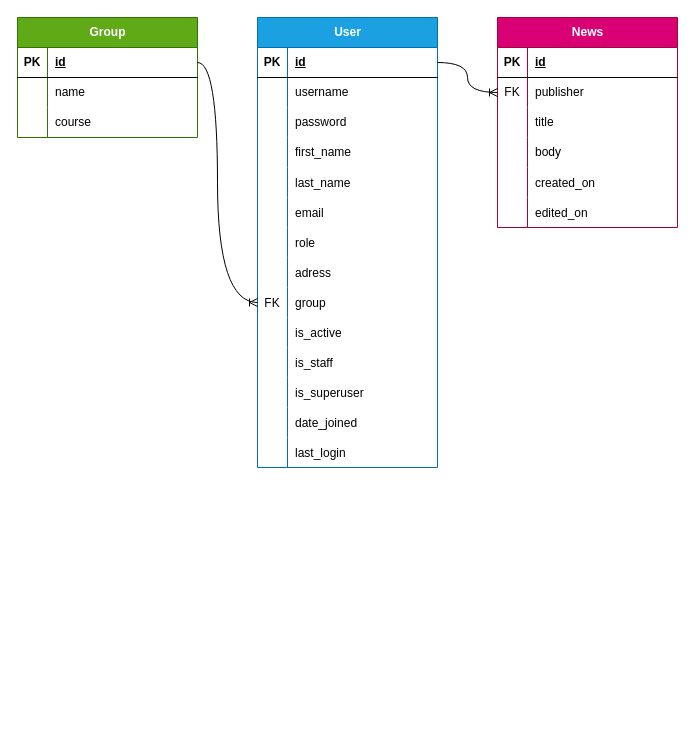
on3ginnn/almetMedCollege keeps this draw.io diagram as ER.drawio. Above is the earlier version. Source tidied: cells renumbered, new cells numbered last; positions are measured from the earlier drawing's top-left corner, leaving out a move shared by most shapes. Both pictures are drawn from the tidied source at 100%, with x=0, y=0 at pixel (17, 17).
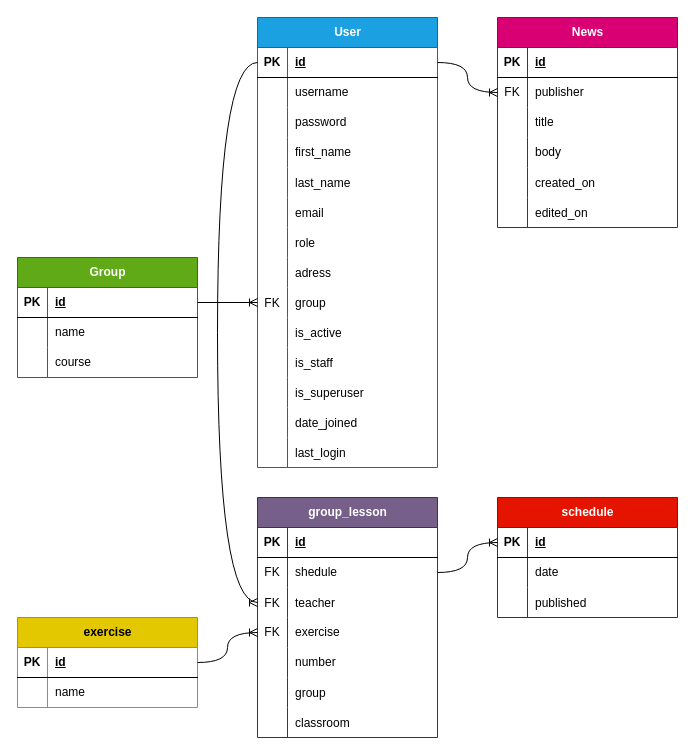
Above is the later version.

The change refers to these unchanged cells:
```xml
<mxCell id="3" style="shape=tableRow;horizontal=0;startSize=0;swimlaneHead=0;swimlaneBody=0;fillColor=none;points=[[0,0.5],[1,0.5]];portConstraint=eastwest;top=0;left=0;right=0;bottom=1;" parent="2" vertex="1">
  <mxGeometry y="30" width="180" height="30" as="geometry" />
</mxCell>
<mxCell id="27" style="shape=tableRow;horizontal=0;startSize=0;swimlaneHead=0;swimlaneBody=0;fillColor=none;points=[[0,0.5],[1,0.5]];portConstraint=eastwest;top=0;left=0;right=0;bottom=0;" parent="2" vertex="1">
  <mxGeometry y="270" width="180" height="30" as="geometry" />
</mxCell>
<mxCell id="46" style="shape=tableRow;horizontal=0;startSize=0;swimlaneHead=0;swimlaneBody=0;fillColor=none;points=[[0,0.5],[1,0.5]];portConstraint=eastwest;top=0;left=0;right=0;bottom=1;" parent="45" vertex="1">
  <mxGeometry y="30" width="180" height="30" as="geometry" />
</mxCell>
```

The edit, as a diff of the source:
```diff
@@
     <mxCell id="45" value="Group" style="shape=table;startSize=30;childLayout=tableLayout;rowLines=0;fontStyle=1;align=center;html=1;fillColor=#60a917;fontColor=#ffffff;strokeColor=#2D7600;" parent="1" vertex="1">
-      <mxGeometry width="180" height="120" as="geometry" />
+      <mxGeometry y="240" width="180" height="120" as="geometry" />
     </mxCell>
@@
     <mxCell id="55" style="edgeStyle=orthogonalEdgeStyle;fontSize=12;html=1;endArrow=ERoneToMany;rounded=0;exitX=1;exitY=0.5;exitDx=0;exitDy=0;entryX=0;entryY=0.5;entryDx=0;entryDy=0;curved=1;" parent="1" edge="1" source="46" target="27">
       <mxGeometry relative="1" as="geometry">
         <Array as="points">
-          <mxPoint x="200" y="45" />
-          <mxPoint x="200" y="285" />
+          <mxPoint x="210" y="285" />
+          <mxPoint x="210" y="285" />
         </Array>
       </mxGeometry>
     </mxCell>
@@
+    <mxCell id="76" value="exercise" style="shape=table;startSize=30;childLayout=tableLayout;rowLines=0;fontStyle=1;align=center;html=1;fillColor=#e3c800;fontColor=#000000;strokeColor=#B09500;" parent="1" vertex="1">
+      <mxGeometry y="600" width="180" height="90" as="geometry" />
+    </mxCell>
+    <mxCell id="77" style="shape=tableRow;horizontal=0;startSize=0;swimlaneHead=0;swimlaneBody=0;fillColor=none;points=[[0,0.5],[1,0.5]];portConstraint=eastwest;top=0;left=0;right=0;bottom=1;" parent="76" vertex="1">
+      <mxGeometry y="30" width="180" height="30" as="geometry" />
+    </mxCell>
+    <mxCell id="78" value="PK" style="shape=partialRectangle;fillColor=none;top=0;left=0;bottom=0;right=0;fontStyle=1;overflow=hidden;whiteSpace=wrap;html=1;" parent="77" vertex="1">
+      <mxGeometry width="30" height="30" as="geometry" />
+    </mxCell>
+    <mxCell id="79" value="id" style="shape=partialRectangle;fillColor=none;top=0;left=0;bottom=0;right=0;align=left;spacingLeft=6;fontStyle=5;overflow=hidden;whiteSpace=wrap;html=1;" parent="77" vertex="1">
+      <mxGeometry x="30" width="150" height="30" as="geometry" />
+    </mxCell>
+    <mxCell id="80" style="shape=tableRow;horizontal=0;startSize=0;swimlaneHead=0;swimlaneBody=0;fillColor=none;top=0;left=0;right=0;bottom=0;" parent="76" vertex="1">
+      <mxGeometry y="60" width="180" height="30" as="geometry" />
+    </mxCell>
+    <mxCell id="81" style="shape=partialRectangle;fillColor=none;top=0;left=0;bottom=0;right=0;overflow=hidden;whiteSpace=wrap;html=1;" parent="80" vertex="1">
+      <mxGeometry width="30" height="30" as="geometry" />
+    </mxCell>
+    <mxCell id="82" value="name" style="shape=partialRectangle;fillColor=none;top=0;left=0;bottom=0;right=0;align=left;spacingLeft=6;overflow=hidden;whiteSpace=wrap;html=1;" parent="80" vertex="1">
+      <mxGeometry x="30" width="150" height="30" as="geometry" />
+    </mxCell>
+    <mxCell id="83" value="schedule" style="shape=table;startSize=30;childLayout=tableLayout;rowLines=0;fontStyle=1;align=center;html=1;fillColor=#e51400;fontColor=#ffffff;strokeColor=#B20000;" parent="1" vertex="1">
+      <mxGeometry x="480" y="480" width="180" height="120" as="geometry" />
+    </mxCell>
+    <mxCell id="84" style="shape=tableRow;horizontal=0;startSize=0;swimlaneHead=0;swimlaneBody=0;fillColor=none;points=[[0,0.5],[1,0.5]];portConstraint=eastwest;top=0;left=0;right=0;bottom=1;" parent="83" vertex="1">
+      <mxGeometry y="30" width="180" height="30" as="geometry" />
+    </mxCell>
+    <mxCell id="85" value="PK" style="shape=partialRectangle;fillColor=none;top=0;left=0;bottom=0;right=0;fontStyle=1;overflow=hidden;whiteSpace=wrap;html=1;" parent="84" vertex="1">
+      <mxGeometry width="30" height="30" as="geometry" />
+    </mxCell>
+    <mxCell id="86" value="id" style="shape=partialRectangle;fillColor=none;top=0;left=0;bottom=0;right=0;align=left;spacingLeft=6;fontStyle=5;overflow=hidden;whiteSpace=wrap;html=1;" parent="84" vertex="1">
+      <mxGeometry x="30" width="150" height="30" as="geometry" />
+    </mxCell>
+    <mxCell id="87" style="shape=tableRow;horizontal=0;startSize=0;swimlaneHead=0;swimlaneBody=0;fillColor=none;top=0;left=0;right=0;bottom=0;" parent="83" vertex="1">
+      <mxGeometry y="60" width="180" height="30" as="geometry" />
+    </mxCell>
+    <mxCell id="88" style="shape=partialRectangle;fillColor=none;top=0;left=0;bottom=0;right=0;overflow=hidden;whiteSpace=wrap;html=1;" parent="87" vertex="1">
+      <mxGeometry width="30" height="30" as="geometry" />
+    </mxCell>
+    <mxCell id="89" value="date" style="shape=partialRectangle;fillColor=none;top=0;left=0;bottom=0;right=0;align=left;spacingLeft=6;overflow=hidden;whiteSpace=wrap;html=1;" parent="87" vertex="1">
+      <mxGeometry x="30" width="150" height="30" as="geometry" />
+    </mxCell>
+    <mxCell id="90" style="shape=tableRow;horizontal=0;startSize=0;swimlaneHead=0;swimlaneBody=0;fillColor=none;top=0;left=0;right=0;bottom=0;" parent="83" vertex="1">
+      <mxGeometry y="90" width="180" height="30" as="geometry" />
+    </mxCell>
+    <mxCell id="91" style="shape=partialRectangle;fillColor=none;top=0;left=0;bottom=0;right=0;overflow=hidden;" parent="90" vertex="1">
+      <mxGeometry width="30" height="30" as="geometry" />
+    </mxCell>
+    <mxCell id="92" value="published" style="shape=partialRectangle;fillColor=none;top=0;left=0;bottom=0;right=0;align=left;spacingLeft=6;overflow=hidden;" parent="90" vertex="1">
+      <mxGeometry x="30" width="150" height="30" as="geometry" />
+    </mxCell>
+    <mxCell id="93" value="group_lesson" style="shape=table;startSize=30;childLayout=tableLayout;rowLines=0;fontStyle=1;align=center;html=1;fillColor=#76608a;fontColor=#ffffff;strokeColor=#432D57;" parent="1" vertex="1">
+      <mxGeometry x="240" y="480" width="180" height="240" as="geometry" />
+    </mxCell>
+    <mxCell id="94" style="shape=tableRow;horizontal=0;startSize=0;swimlaneHead=0;swimlaneBody=0;fillColor=none;top=0;left=0;right=0;bottom=1;" parent="93" vertex="1">
+      <mxGeometry y="30" width="180" height="30" as="geometry" />
+    </mxCell>
+    <mxCell id="95" value="PK" style="shape=partialRectangle;fillColor=none;top=0;left=0;bottom=0;right=0;fontStyle=1;overflow=hidden;whiteSpace=wrap;html=1;" parent="94" vertex="1">
+      <mxGeometry width="30" height="30" as="geometry" />
+    </mxCell>
+    <mxCell id="96" value="id" style="shape=partialRectangle;fillColor=none;top=0;left=0;bottom=0;right=0;align=left;spacingLeft=6;fontStyle=5;overflow=hidden;whiteSpace=wrap;html=1;" parent="94" vertex="1">
+      <mxGeometry x="30" width="150" height="30" as="geometry" />
+    </mxCell>
+    <mxCell id="97" style="shape=tableRow;horizontal=0;startSize=0;swimlaneHead=0;swimlaneBody=0;fillColor=none;points=[[0,0.5],[1,0.5]];portConstraint=eastwest;top=0;left=0;right=0;bottom=0;" parent="93" vertex="1">
+      <mxGeometry y="60" width="180" height="30" as="geometry" />
+    </mxCell>
+    <mxCell id="98" value="FK" style="shape=partialRectangle;fillColor=none;top=0;left=0;bottom=0;right=0;overflow=hidden;whiteSpace=wrap;html=1;" parent="97" vertex="1">
+      <mxGeometry width="30" height="30" as="geometry" />
+    </mxCell>
+    <mxCell id="99" value="shedule" style="shape=partialRectangle;fillColor=none;top=0;left=0;bottom=0;right=0;align=left;spacingLeft=6;overflow=hidden;whiteSpace=wrap;html=1;" parent="97" vertex="1">
+      <mxGeometry x="30" width="150" height="30" as="geometry" />
+    </mxCell>
+    <mxCell id="100" style="shape=tableRow;horizontal=0;startSize=0;swimlaneHead=0;swimlaneBody=0;fillColor=none;points=[[0,0.5],[1,0.5]];portConstraint=eastwest;top=0;left=0;right=0;bottom=0;" parent="93" vertex="1">
+      <mxGeometry y="90" width="180" height="30" as="geometry" />
+    </mxCell>
+    <mxCell id="101" value="FK" style="shape=partialRectangle;fillColor=none;top=0;left=0;bottom=0;right=0;overflow=hidden;" parent="100" vertex="1">
+      <mxGeometry width="30" height="30" as="geometry" />
+    </mxCell>
+    <mxCell id="102" value="teacher" style="shape=partialRectangle;fillColor=none;top=0;left=0;bottom=0;right=0;align=left;spacingLeft=6;overflow=hidden;" parent="100" vertex="1">
+      <mxGeometry x="30" width="150" height="30" as="geometry" />
+    </mxCell>
+    <mxCell id="103" style="shape=tableRow;horizontal=0;startSize=0;swimlaneHead=0;swimlaneBody=0;fillColor=none;points=[[0,0.5],[1,0.5]];portConstraint=eastwest;top=0;left=0;right=0;bottom=0;" parent="93" vertex="1">
+      <mxGeometry y="120" width="180" height="30" as="geometry" />
+    </mxCell>
+    <mxCell id="104" value="FK" style="shape=partialRectangle;fillColor=none;top=0;left=0;bottom=0;right=0;overflow=hidden;whiteSpace=wrap;html=1;" parent="103" vertex="1">
+      <mxGeometry width="30" height="30" as="geometry" />
+    </mxCell>
+    <mxCell id="105" value="exercise" style="shape=partialRectangle;fillColor=none;top=0;left=0;bottom=0;right=0;align=left;spacingLeft=6;overflow=hidden;whiteSpace=wrap;html=1;" parent="103" vertex="1">
+      <mxGeometry x="30" width="150" height="30" as="geometry" />
+    </mxCell>
+    <mxCell id="106" style="shape=tableRow;horizontal=0;startSize=0;swimlaneHead=0;swimlaneBody=0;fillColor=none;top=0;left=0;right=0;bottom=0;" parent="93" vertex="1">
+      <mxGeometry y="150" width="180" height="30" as="geometry" />
+    </mxCell>
+    <mxCell id="107" style="shape=partialRectangle;fillColor=none;top=0;left=0;bottom=0;right=0;overflow=hidden;whiteSpace=wrap;html=1;" parent="106" vertex="1">
+      <mxGeometry width="30" height="30" as="geometry" />
+    </mxCell>
+    <mxCell id="108" value="number" style="shape=partialRectangle;fillColor=none;top=0;left=0;bottom=0;right=0;align=left;spacingLeft=6;overflow=hidden;whiteSpace=wrap;html=1;" parent="106" vertex="1">
+      <mxGeometry x="30" width="150" height="30" as="geometry" />
+    </mxCell>
+    <mxCell id="109" style="shape=tableRow;horizontal=0;startSize=0;swimlaneHead=0;swimlaneBody=0;fillColor=none;top=0;left=0;right=0;bottom=0;" parent="93" vertex="1">
+      <mxGeometry y="180" width="180" height="30" as="geometry" />
+    </mxCell>
+    <mxCell id="110" style="shape=partialRectangle;fillColor=none;top=0;left=0;bottom=0;right=0;overflow=hidden;" parent="109" vertex="1">
+      <mxGeometry width="30" height="30" as="geometry" />
+    </mxCell>
+    <mxCell id="111" value="group" style="shape=partialRectangle;fillColor=none;top=0;left=0;bottom=0;right=0;align=left;spacingLeft=6;overflow=hidden;" parent="109" vertex="1">
+      <mxGeometry x="30" width="150" height="30" as="geometry" />
+    </mxCell>
+    <mxCell id="112" style="shape=tableRow;horizontal=0;startSize=0;swimlaneHead=0;swimlaneBody=0;fillColor=none;top=0;left=0;right=0;bottom=0;" parent="93" vertex="1">
+      <mxGeometry y="210" width="180" height="30" as="geometry" />
+    </mxCell>
+    <mxCell id="113" style="shape=partialRectangle;fillColor=none;top=0;left=0;bottom=0;right=0;overflow=hidden;" parent="112" vertex="1">
+      <mxGeometry width="30" height="30" as="geometry" />
+    </mxCell>
+    <mxCell id="114" value="classroom" style="shape=partialRectangle;fillColor=none;top=0;left=0;bottom=0;right=0;align=left;spacingLeft=6;overflow=hidden;" parent="112" vertex="1">
+      <mxGeometry x="30" width="150" height="30" as="geometry" />
+    </mxCell>
+    <mxCell id="115" style="edgeStyle=orthogonalEdgeStyle;fontSize=12;html=1;endArrow=ERoneToMany;rounded=0;entryX=0;entryY=0.5;entryDx=0;entryDy=0;exitX=0;exitY=0.5;exitDx=0;exitDy=0;curved=1;" parent="1" edge="1" source="3" target="100">
+      <mxGeometry relative="1" as="geometry">
+        <Array as="points">
+          <mxPoint x="200" y="45" />
+          <mxPoint x="200" y="585" />
+        </Array>
+      </mxGeometry>
+    </mxCell>
+    <mxCell id="116" style="edgeStyle=orthogonalEdgeStyle;fontSize=12;html=1;endArrow=ERoneToMany;rounded=0;entryX=0;entryY=0.5;entryDx=0;entryDy=0;exitX=1;exitY=0.5;exitDx=0;exitDy=0;curved=1;" parent="1" edge="1" source="77" target="103">
+      <mxGeometry relative="1" as="geometry" />
+    </mxCell>
+    <mxCell id="117" style="edgeStyle=orthogonalEdgeStyle;fontSize=12;html=1;endArrow=ERoneToMany;rounded=0;exitX=1;exitY=0.5;exitDx=0;exitDy=0;entryX=0;entryY=0.5;entryDx=0;entryDy=0;curved=1;" parent="1" edge="1" source="97" target="84">
+      <mxGeometry relative="1" as="geometry" />
+    </mxCell>
```
